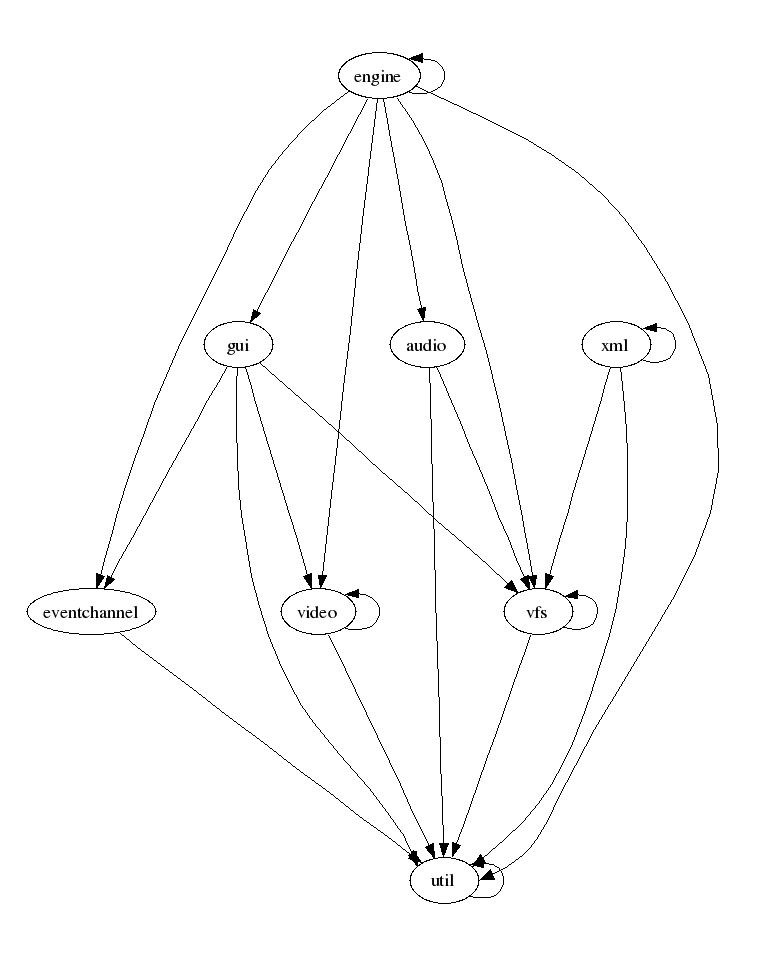
This is doc/dependencies/moduledeps.png from fifengine/fifengine, a Graphviz export, as it was before one commit. Its source is kept beside it as doc/dependencies/moduledeps.dot.
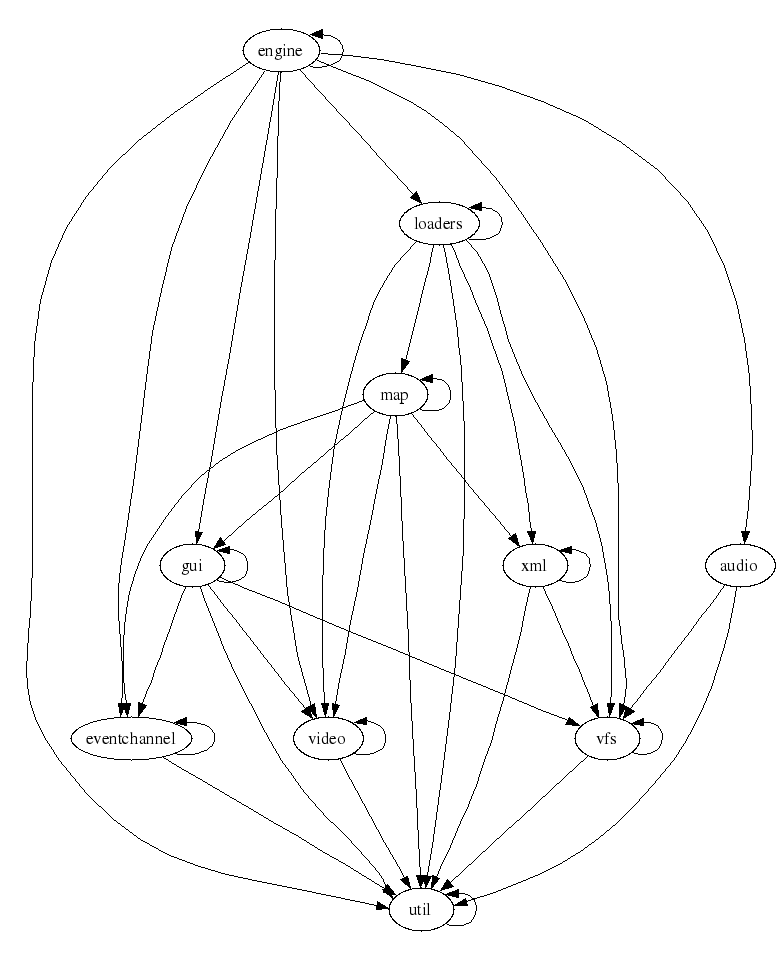
Above is the later version.

What changed in the source:
```diff
@@ -8,18 +8,33 @@
     "engine" -> "engine"
     "engine" -> "gui"
     "engine" -> "eventchannel"
+    "engine" -> "loaders"
     "engine" -> "util"
     "engine" -> "video"
     "engine" -> "audio"
     "engine" -> "vfs"
+    "map" -> "xml"
+    "map" -> "map"
+    "map" -> "gui"
+    "map" -> "eventchannel"
+    "map" -> "util"
+    "map" -> "video"
     "xml" -> "xml"
     "xml" -> "util"
     "xml" -> "vfs"
     "gui" -> "util"
+    "gui" -> "vfs"
+    "gui" -> "gui"
     "gui" -> "video"
-    "gui" -> "vfs"
     "gui" -> "eventchannel"
     "eventchannel" -> "util"
+    "eventchannel" -> "eventchannel"
+    "loaders" -> "xml"
+    "loaders" -> "map"
+    "loaders" -> "loaders"
+    "loaders" -> "util"
+    "loaders" -> "video"
+    "loaders" -> "vfs"
     "util" -> "util"
     "video" -> "util"
     "video" -> "video"
```
